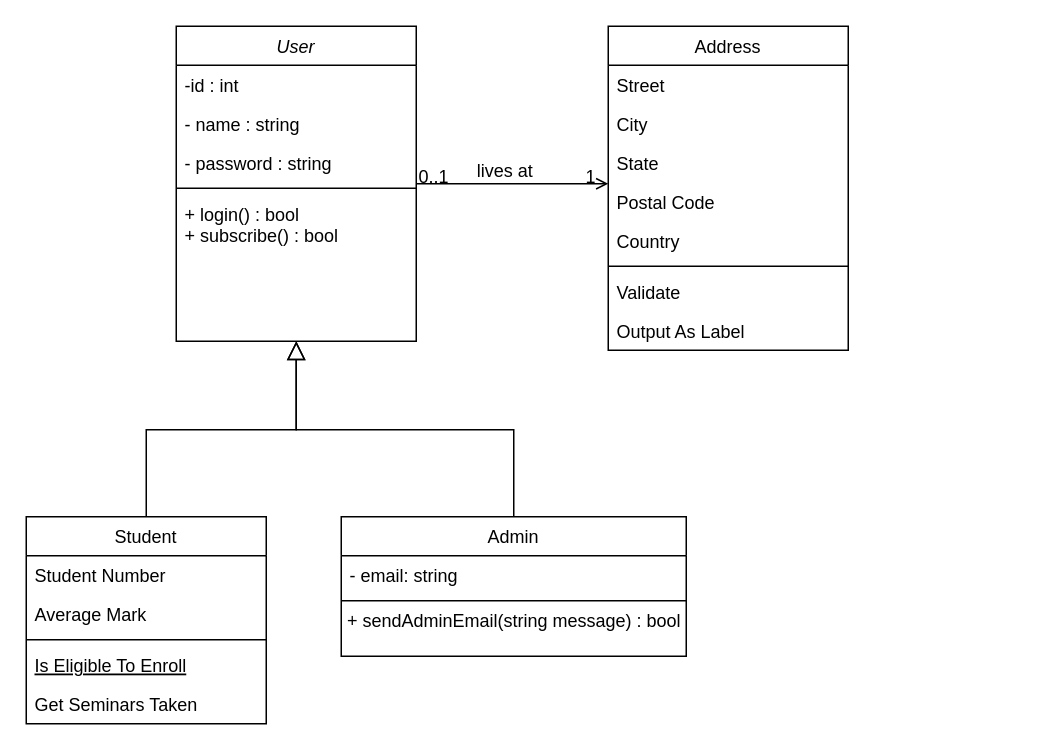
Before: Untitled Diagram.drawio in cyrisa02/SQL, a draw.io diagram. Source tidied: cells renumbered, new cells numbered last; positions are measured from the earlier drawing's top-left corner, leaving out a move shared by most shapes. Both pictures are drawn from the tidied source at 150%, with x=0, y=0 at pixel (26, 26).
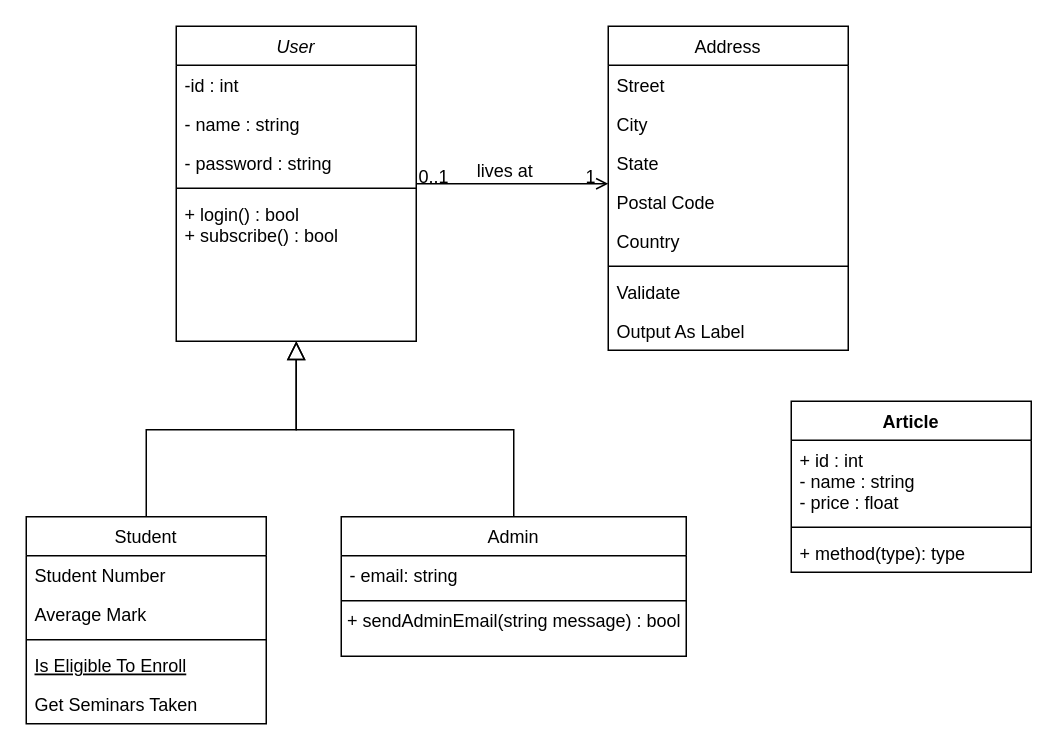
The same diagram, later.

Commit message:
création classe article

What changed in the source:
```diff
@@
+    <mxCell id="33" value="Article" style="swimlane;fontStyle=1;align=center;verticalAlign=top;horizontal=1;startSize=26;" parent="1" vertex="1">
+      <mxGeometry x="510" y="250" width="160" height="114" as="geometry" />
+    </mxCell>
+    <mxCell id="34" value="+ id : int&#10;- name : string&#10;- price : float" style="text;strokeColor=none;fillColor=none;align=left;verticalAlign=top;spacingLeft=4;spacingRight=4;overflow=hidden;" parent="33" vertex="1">
+      <mxGeometry y="26" width="160" height="54" as="geometry" />
+    </mxCell>
+    <mxCell id="35" style="line;strokeWidth=1;fillColor=none;align=left;verticalAlign=middle;spacingTop=-1;spacingLeft=3;spacingRight=3;labelPosition=right;" parent="33" vertex="1">
+      <mxGeometry y="80" width="160" height="8" as="geometry" />
+    </mxCell>
+    <mxCell id="36" value="+ method(type): type" style="text;strokeColor=none;fillColor=none;align=left;verticalAlign=top;spacingLeft=4;spacingRight=4;overflow=hidden;" parent="33" vertex="1">
+      <mxGeometry y="88" width="160" height="26" as="geometry" />
+    </mxCell>
```
